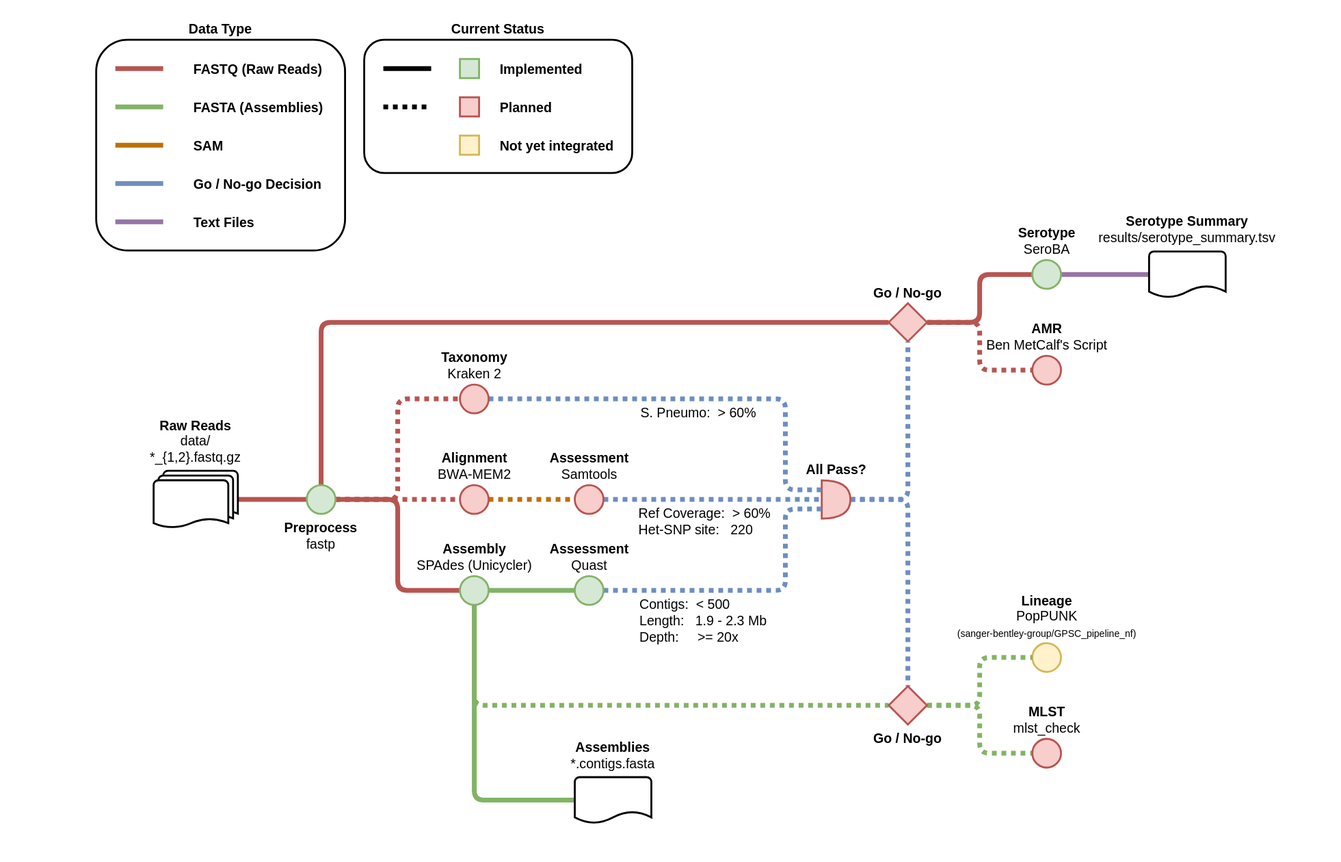
Before: doc/workflow.drawio.svg, a diagram exported from draw.io (sanger-bentley-group/gps-pipeline). Source tidied: cells renumbered, new cells last; positions are measured from the earlier drawing's top-left corner, leaving out a move shared by most shapes.
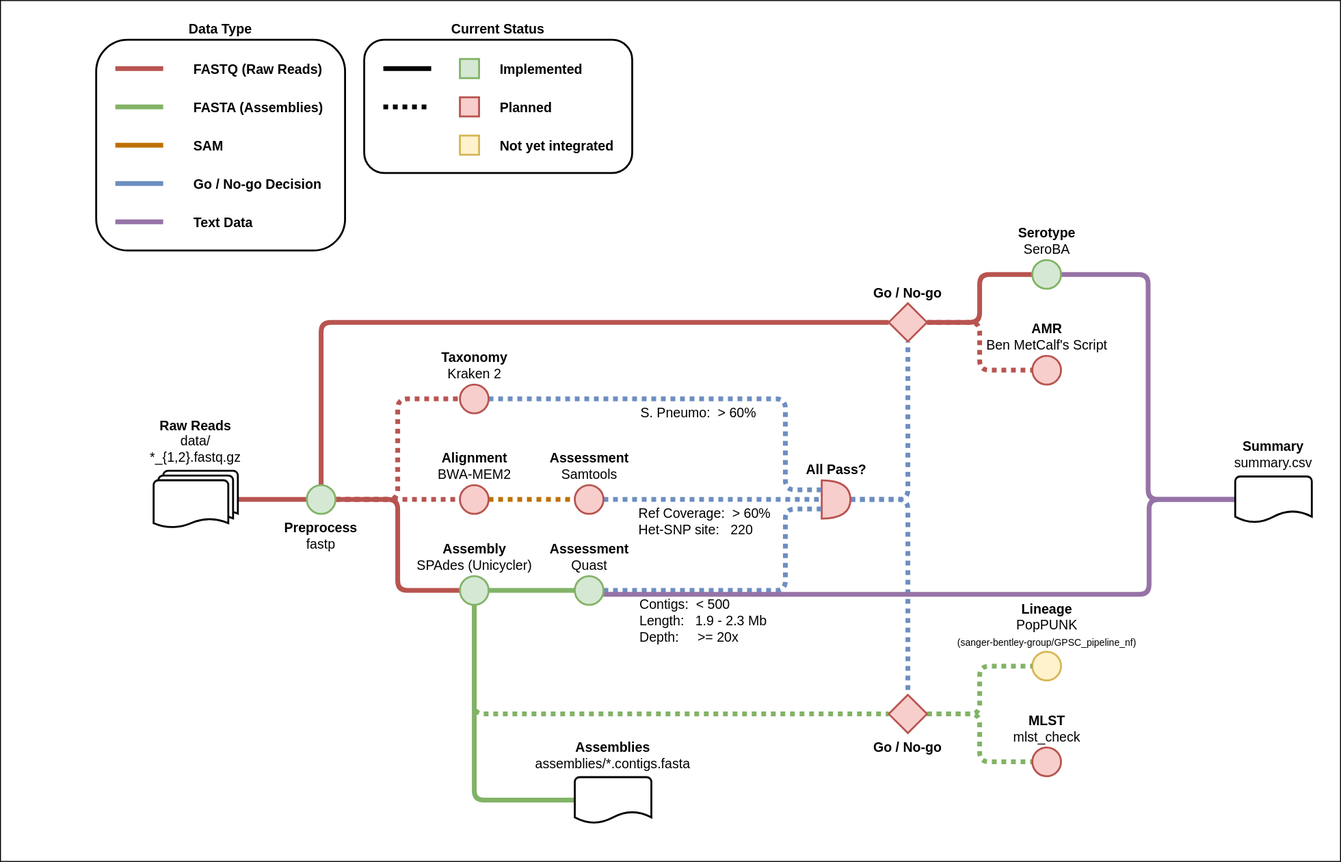
Later version of the same file.

Commit message:
Update status and output doc

Diff of the diagram source:
```diff
@@ -2,7 +2,7 @@
   <root>
     <mxCell id="0" />
     <mxCell id="1" parent="0" />
-    <mxCell id="2" style="rounded=0;whiteSpace=wrap;html=1;strokeColor=none;fillColor=default;gradientColor=none;" parent="1" vertex="1">
+    <mxCell id="2" style="rounded=0;whiteSpace=wrap;html=1;strokeColor=default;fillColor=none;gradientColor=none;" parent="1" vertex="1">
       <mxGeometry width="1400" height="899" as="geometry" />
     </mxCell>
     <mxCell id="3" value="&lt;b style=&quot;font-size: 14px;&quot;&gt;Current Status&lt;/b&gt;" style="rounded=1;whiteSpace=wrap;html=1;strokeWidth=2;fillColor=none;labelPosition=center;verticalLabelPosition=top;align=center;verticalAlign=bottom;fontSize=14;" parent="1" vertex="1">
@@ -43,7 +43,7 @@
     <mxCell id="13" style="edgeStyle=orthogonalEdgeStyle;rounded=1;jettySize=auto;html=1;entryX=0;entryY=0.5;entryDx=0;entryDy=0;entryPerimeter=0;dashed=1;dashPattern=1 1;strokeWidth=5;endArrow=none;endFill=0;fillColor=#d5e8d4;strokeColor=#82b366;" parent="1" edge="1" source="15" target="46">
       <mxGeometry relative="1" as="geometry">
         <Array as="points">
-          <mxPoint x="495" y="736" />
+          <mxPoint x="495" y="745" />
         </Array>
       </mxGeometry>
     </mxCell>
@@ -97,6 +97,14 @@
         <mxPoint x="-97" y="-1" as="offset" />
       </mxGeometry>
     </mxCell>
+    <mxCell id="61" style="edgeStyle=orthogonalEdgeStyle;html=1;entryX=0;entryY=0.5;entryDx=0;entryDy=0;entryPerimeter=0;fillColor=#e1d5e7;strokeColor=#9673a6;strokeWidth=5;endArrow=none;endFill=0;" parent="1" edge="1" source="26" target="50">
+      <mxGeometry relative="1" as="geometry">
+        <Array as="points">
+          <mxPoint x="1200" y="620" />
+          <mxPoint x="1200" y="521" />
+        </Array>
+      </mxGeometry>
+    </mxCell>
     <mxCell id="26" value="&lt;b style=&quot;font-size: 14px;&quot;&gt;Assessment&lt;/b&gt;&lt;br style=&quot;font-size: 14px;&quot;&gt;Quast" style="ellipse;html=1;strokeWidth=2;labelPosition=center;verticalLabelPosition=top;align=center;verticalAlign=bottom;fillColor=#d5e8d4;strokeColor=#82b366;rounded=1;fontSize=14;" parent="1" vertex="1">
       <mxGeometry x="600" y="601" width="30" height="30" as="geometry" />
     </mxCell>
@@ -145,7 +153,7 @@
       </mxGeometry>
     </mxCell>
     <mxCell id="36" value="&lt;b style=&quot;font-size: 14px&quot;&gt;Lineage&lt;/b&gt;&lt;br style=&quot;font-size: 14px&quot;&gt;PopPUNK&lt;br&gt;&lt;font style=&quot;font-size: 10px&quot;&gt;(sanger-bentley-group/GPSC_pipeline_nf)&lt;/font&gt;" style="ellipse;html=1;strokeWidth=2;labelPosition=center;verticalLabelPosition=top;align=center;verticalAlign=bottom;fillColor=#fff2cc;strokeColor=#d6b656;rounded=1;fontSize=14;" parent="1" vertex="1">
-      <mxGeometry x="1078" y="671" width="30" height="30" as="geometry" />
+      <mxGeometry x="1078" y="680" width="30" height="30" as="geometry" />
     </mxCell>
     <mxCell id="37" style="edgeStyle=orthogonalEdgeStyle;rounded=1;jettySize=auto;html=1;entryX=0;entryY=0.5;entryDx=0;entryDy=0;strokeWidth=5;endArrow=none;endFill=0;fillColor=#f8cecc;strokeColor=#b85450;entryPerimeter=0;" parent="1" edge="1" source="38" target="41">
       <mxGeometry relative="1" as="geometry">
@@ -179,7 +187,7 @@
       <mxGeometry relative="1" as="geometry" />
     </mxCell>
     <mxCell id="46" value="Go / No-go" style="strokeWidth=2;shape=mxgraph.flowchart.decision;fillColor=#f8cecc;strokeColor=#b85450;labelPosition=center;verticalLabelPosition=bottom;align=center;verticalAlign=top;fontStyle=1;rounded=1;fontSize=14;" parent="1" vertex="1">
-      <mxGeometry x="928" y="716" width="40" height="40" as="geometry" />
+      <mxGeometry x="928" y="725" width="40" height="40" as="geometry" />
     </mxCell>
     <mxCell id="47" value="&lt;b style=&quot;font-size: 14px;&quot;&gt;AMR&lt;/b&gt;&lt;br style=&quot;font-size: 14px;&quot;&gt;Ben MetCalf's Script" style="ellipse;html=1;strokeWidth=2;labelPosition=center;verticalLabelPosition=top;align=center;verticalAlign=bottom;fillColor=#f8cecc;strokeColor=#b85450;rounded=1;fontSize=14;" parent="1" vertex="1">
       <mxGeometry x="1078" y="371" width="30" height="30" as="geometry" />
@@ -190,13 +198,13 @@
         <mxPoint x="170" y="231" as="targetPoint" />
       </mxGeometry>
     </mxCell>
-    <mxCell id="49" value="Text Files" style="edgeLabel;html=1;align=left;verticalAlign=middle;fontStyle=1;labelBackgroundColor=none;rounded=1;fontSize=14;" parent="48" vertex="1">
+    <mxCell id="49" value="Text Data" style="edgeLabel;html=1;align=left;verticalAlign=middle;fontStyle=1;labelBackgroundColor=none;rounded=1;fontSize=14;" parent="48" vertex="1">
       <mxGeometry x="0.4" relative="1" as="geometry">
         <mxPoint x="45" as="offset" />
       </mxGeometry>
     </mxCell>
-    <mxCell id="50" value="&lt;b style=&quot;font-size: 14px;&quot;&gt;Serotype Summary&lt;/b&gt;&lt;br style=&quot;font-size: 14px;&quot;&gt;results/serotype_summary.tsv" style="strokeWidth=2;html=1;shape=mxgraph.flowchart.document2;whiteSpace=wrap;size=0.25;labelPosition=center;verticalLabelPosition=top;align=center;verticalAlign=bottom;rounded=1;spacing=5;fontSize=14;" parent="1" vertex="1">
-      <mxGeometry x="1200" y="262" width="80" height="48" as="geometry" />
+    <mxCell id="50" value="&lt;b style=&quot;font-size: 14px&quot;&gt;Summary&lt;/b&gt;&lt;br style=&quot;font-size: 14px&quot;&gt;summary.csv" style="strokeWidth=2;html=1;shape=mxgraph.flowchart.document2;whiteSpace=wrap;size=0.25;labelPosition=center;verticalLabelPosition=top;align=center;verticalAlign=bottom;rounded=1;spacing=5;fontSize=14;" parent="1" vertex="1">
+      <mxGeometry x="1290" y="497" width="80" height="48" as="geometry" />
     </mxCell>
     <mxCell id="51" style="endArrow=none;html=1;rounded=1;strokeWidth=5;fillColor=#f8cecc;strokeColor=#000000;" parent="1" edge="1">
       <mxGeometry relative="1" as="geometry">
@@ -226,7 +234,7 @@
     <mxCell id="56" style="whiteSpace=wrap;html=1;fillColor=#f8cecc;strokeColor=#b85450;strokeWidth=2;" parent="1" vertex="1">
       <mxGeometry x="480" y="101" width="20" height="20" as="geometry" />
     </mxCell>
-    <mxCell id="57" value="&lt;b style=&quot;font-size: 14px;&quot;&gt;Assemblies&lt;/b&gt;&lt;br style=&quot;font-size: 14px;&quot;&gt;*.contigs.fasta" style="strokeWidth=2;html=1;shape=mxgraph.flowchart.document2;whiteSpace=wrap;size=0.25;labelPosition=center;verticalLabelPosition=top;align=center;verticalAlign=bottom;rounded=1;spacing=5;fontSize=14;" parent="1" vertex="1">
+    <mxCell id="57" value="&lt;b style=&quot;font-size: 14px&quot;&gt;Assemblies&lt;/b&gt;&lt;br style=&quot;font-size: 14px&quot;&gt;assemblies/*.contigs.fasta" style="strokeWidth=2;html=1;shape=mxgraph.flowchart.document2;whiteSpace=wrap;size=0.25;labelPosition=center;verticalLabelPosition=top;align=center;verticalAlign=bottom;rounded=1;spacing=5;fontSize=14;" parent="1" vertex="1">
       <mxGeometry x="600" y="811" width="80" height="48" as="geometry" />
     </mxCell>
     <mxCell id="58" value="Not yet integrated" style="edgeLabel;html=1;align=left;verticalAlign=middle;fontStyle=1;labelBackgroundColor=none;rounded=1;fontSize=14;" parent="1" vertex="1">
@@ -236,7 +244,7 @@
       <mxGeometry x="480" y="141" width="20" height="20" as="geometry" />
     </mxCell>
     <mxCell id="60" value="&lt;b style=&quot;font-size: 14px&quot;&gt;MLST&lt;/b&gt;&lt;br style=&quot;font-size: 14px&quot;&gt;mlst_check" style="ellipse;html=1;strokeWidth=2;labelPosition=center;verticalLabelPosition=top;align=center;verticalAlign=bottom;fillColor=#f8cecc;strokeColor=#b85450;rounded=1;fontSize=14;" parent="1" vertex="1">
-      <mxGeometry x="1078" y="771" width="30" height="30" as="geometry" />
+      <mxGeometry x="1078" y="780" width="30" height="30" as="geometry" />
     </mxCell>
   </root>
 </mxGraphModel>
```
